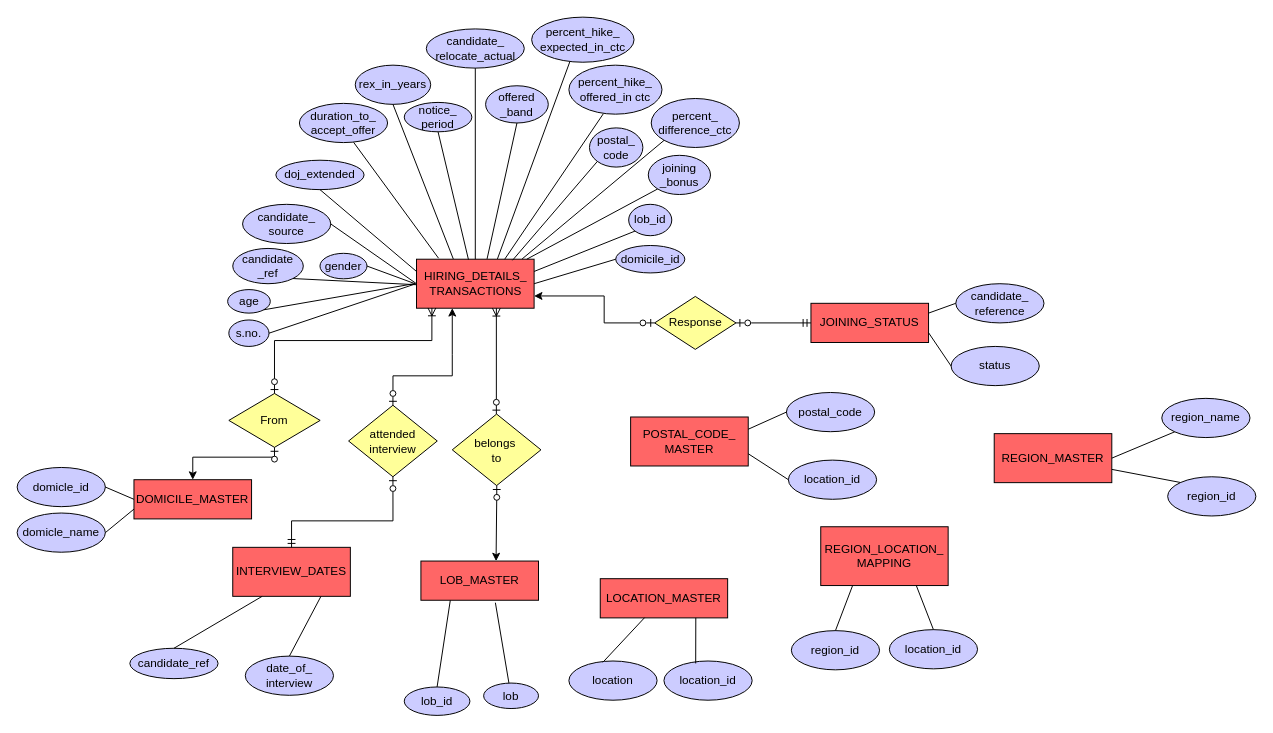
The draw.io diagram Untitled Diagram.drawio in gsrRogers/VatsDeloitte, before the edit. Source tidied: cells renumbered, new cells numbered last; positions are measured from the earlier drawing's top-left corner, leaving out a move shared by most shapes. Both pictures are drawn from the tidied source at 98%, with x=0, y=0 at pixel (17, 17).
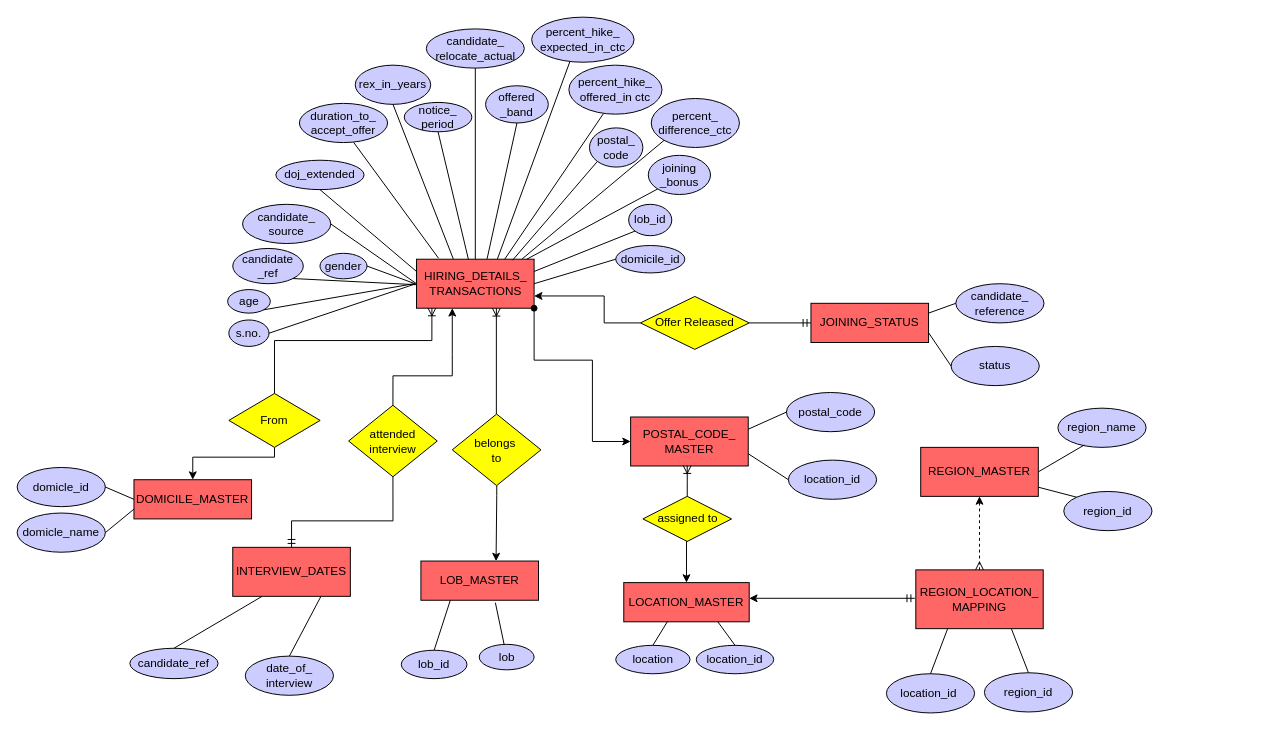
The same page after the edit.

The change refers to these unchanged cells:
```xml
<mxCell id="2" value="HIRING_DETAILS_&lt;br&gt;TRANSACTIONS" style="rounded=0;whiteSpace=wrap;html=1;fillColor=#FF6666;" parent="1" vertex="1">
  <mxGeometry x="407.5" y="247" width="120" height="50" as="geometry" />
</mxCell>
<mxCell id="3" value="INTERVIEW_DATES" style="rounded=0;whiteSpace=wrap;html=1;fillColor=#FF6666;" parent="1" vertex="1">
  <mxGeometry x="220" y="541" width="120" height="50" as="geometry" />
</mxCell>
<mxCell id="4" value="DOMICILE_MASTER" style="rounded=0;whiteSpace=wrap;html=1;fillColor=#FF6666;" parent="1" vertex="1">
  <mxGeometry x="119.2" y="472" width="120" height="40" as="geometry" />
</mxCell>
<mxCell id="5" value="JOINING_STATUS" style="rounded=0;whiteSpace=wrap;html=1;fillColor=#FF6666;" parent="1" vertex="1">
  <mxGeometry x="810" y="292" width="120" height="40" as="geometry" />
</mxCell>
<mxCell id="6" value="POSTAL_CODE_&lt;br&gt;MASTER" style="rounded=0;whiteSpace=wrap;html=1;fillColor=#FF6666;" parent="1" vertex="1">
  <mxGeometry x="626" y="408" width="120" height="50" as="geometry" />
</mxCell>
<mxCell id="10" value="LOB_MASTER" style="rounded=0;whiteSpace=wrap;html=1;fillColor=#FF6666;" parent="1" vertex="1">
  <mxGeometry x="412" y="555" width="120" height="40" as="geometry" />
</mxCell>
```

The edit, as a diff of the source:
```diff
@@
     <mxCell id="7" value="LOCATION_MASTER" style="rounded=0;whiteSpace=wrap;html=1;fillColor=#FF6666;" parent="1" vertex="1">
-      <mxGeometry x="595" y="573" width="130" height="40" as="geometry" />
+      <mxGeometry x="619" y="577" width="128" height="40" as="geometry" />
     </mxCell>
     <mxCell id="8" value="REGION_LOCATION_&lt;br&gt;MAPPING" style="rounded=0;whiteSpace=wrap;html=1;fillColor=#FF6666;" parent="1" vertex="1">
-      <mxGeometry x="820" y="520" width="130" height="60" as="geometry" />
+      <mxGeometry x="917" y="564" width="130" height="60" as="geometry" />
     </mxCell>
     <mxCell id="9" value="REGION_MASTER" style="rounded=0;whiteSpace=wrap;html=1;fillColor=#FF6666;" parent="1" vertex="1">
-      <mxGeometry x="997" y="425" width="120" height="50" as="geometry" />
+      <mxGeometry x="922" y="439" width="120" height="50" as="geometry" />
     </mxCell>
@@
     <mxCell id="31" value="lob_id" style="ellipse;whiteSpace=wrap;html=1;fillColor=#CCCCFF;" parent="1" vertex="1">
-      <mxGeometry x="395" y="683.5" width="67" height="29" as="geometry" />
+      <mxGeometry x="392" y="646" width="67" height="29" as="geometry" />
     </mxCell>
     <mxCell id="32" value="lob" style="ellipse;whiteSpace=wrap;html=1;fillColor=#CCCCFF;" parent="1" vertex="1">
-      <mxGeometry x="476" y="679.5" width="56" height="26" as="geometry" />
+      <mxGeometry x="471.5" y="640" width="56" height="26" as="geometry" />
     </mxCell>
@@
     <mxCell id="35" value="region_id" style="ellipse;whiteSpace=wrap;html=1;fillColor=#CCCCFF;" parent="1" vertex="1">
-      <mxGeometry x="1174" y="469" width="90" height="40" as="geometry" />
+      <mxGeometry x="1068" y="484" width="90" height="40" as="geometry" />
     </mxCell>
     <mxCell id="36" value="region_name" style="ellipse;whiteSpace=wrap;html=1;fillColor=#CCCCFF;" parent="1" vertex="1">
-      <mxGeometry x="1168" y="389" width="90" height="40" as="geometry" />
+      <mxGeometry x="1062" y="399" width="90" height="40" as="geometry" />
     </mxCell>
-    <mxCell id="37" value="region_id" style="ellipse;whiteSpace=wrap;html=1;fillColor=#CCCCFF;" parent="1" vertex="1">
-      <mxGeometry x="790" y="626" width="90" height="40" as="geometry" />
+    <mxCell id="37" value="location_id&amp;nbsp;" style="ellipse;whiteSpace=wrap;html=1;fillColor=#CCCCFF;" parent="1" vertex="1">
+      <mxGeometry x="887" y="670" width="90" height="40" as="geometry" />
     </mxCell>
-    <mxCell id="38" value="location_id" style="ellipse;whiteSpace=wrap;html=1;fillColor=#CCCCFF;" parent="1" vertex="1">
-      <mxGeometry x="890" y="625" width="90" height="40" as="geometry" />
+    <mxCell id="38" value="region_id" style="ellipse;whiteSpace=wrap;html=1;fillColor=#CCCCFF;" parent="1" vertex="1">
+      <mxGeometry x="987" y="669" width="90" height="40" as="geometry" />
     </mxCell>
     <mxCell id="39" value="location_id" style="ellipse;whiteSpace=wrap;html=1;fillColor=#CCCCFF;" parent="1" vertex="1">
-      <mxGeometry x="660" y="657" width="90" height="40" as="geometry" />
+      <mxGeometry x="693" y="641" width="79" height="29" as="geometry" />
     </mxCell>
     <mxCell id="40" value="location" style="ellipse;whiteSpace=wrap;html=1;fillColor=#CCCCFF;" parent="1" vertex="1">
-      <mxGeometry x="563" y="657" width="90" height="40" as="geometry" />
+      <mxGeometry x="610.8" y="641" width="75.8" height="29" as="geometry" />
     </mxCell>
@@
-    <mxCell id="52" style="endArrow=none;html=1;rounded=0;exitX=0;exitY=1;exitDx=0;exitDy=0;entryX=1;entryY=0.5;entryDx=0;entryDy=0;" parent="1" edge="1" source="36" target="9">
+    <mxCell id="52" style="endArrow=none;html=1;rounded=0;entryX=1;entryY=0.5;entryDx=0;entryDy=0;exitX=0.3;exitY=0.938;exitDx=0;exitDy=0;exitPerimeter=0;" parent="1" edge="1" source="36" target="9">
       <mxGeometry relative="1" as="geometry" />
     </mxCell>
@@
-    <mxCell id="55" style="endArrow=none;html=1;rounded=0;exitX=0.75;exitY=1;exitDx=0;exitDy=0;entryX=0.36;entryY=0.061;entryDx=0;entryDy=0;entryPerimeter=0;" parent="1" edge="1" source="7" target="39">
+    <mxCell id="55" style="endArrow=none;html=1;rounded=0;exitX=0.75;exitY=1;exitDx=0;exitDy=0;entryX=0.5;entryY=0;entryDx=0;entryDy=0;" parent="1" edge="1" source="7" target="39">
       <mxGeometry relative="1" as="geometry" />
     </mxCell>
-    <mxCell id="56" style="endArrow=none;html=1;rounded=0;entryX=0.385;entryY=0.033;entryDx=0;entryDy=0;entryPerimeter=0;exitX=0.348;exitY=0.994;exitDx=0;exitDy=0;exitPerimeter=0;" parent="1" edge="1" source="7" target="40">
+    <mxCell id="56" style="endArrow=none;html=1;rounded=0;entryX=0.5;entryY=0;entryDx=0;entryDy=0;exitX=0.348;exitY=0.994;exitDx=0;exitDy=0;exitPerimeter=0;" parent="1" edge="1" source="7" target="40">
       <mxGeometry relative="1" as="geometry" />
     </mxCell>
@@
-    <mxCell id="79" value="attended interview" style="rhombus;whiteSpace=wrap;html=1;fillColor=#FFFF99;" parent="1" vertex="1">
+    <mxCell id="79" value="attended interview" style="rhombus;whiteSpace=wrap;html=1;fillColor=#FFFF00;" parent="1" vertex="1">
       <mxGeometry x="338.2" y="396" width="90.5" height="73" as="geometry" />
     </mxCell>
-    <mxCell id="80" value="From" style="rhombus;whiteSpace=wrap;html=1;fillColor=#FFFF99;" parent="1" vertex="1">
+    <mxCell id="80" value="From" style="rhombus;whiteSpace=wrap;html=1;fillColor=#FFFF00;" parent="1" vertex="1">
       <mxGeometry x="216" y="384" width="93.2" height="55" as="geometry" />
     </mxCell>
-    <mxCell id="81" value="belongs&amp;nbsp;&lt;br&gt;to" style="rhombus;whiteSpace=wrap;html=1;fillColor=#FFFF99;" parent="1" vertex="1">
+    <mxCell id="81" value="belongs&amp;nbsp;&lt;br&gt;to" style="rhombus;whiteSpace=wrap;html=1;fillColor=#FFFF00;" parent="1" vertex="1">
       <mxGeometry x="444" y="405" width="90.5" height="73" as="geometry" />
     </mxCell>
-    <mxCell id="82" value="Response" style="rhombus;whiteSpace=wrap;html=1;fillColor=#FFFF99;" parent="1" vertex="1">
-      <mxGeometry x="650.5" y="285" width="83" height="54" as="geometry" />
+    <mxCell id="82" value="Offer Released" style="rhombus;whiteSpace=wrap;html=1;fillColor=#FFFF00;" parent="1" vertex="1">
+      <mxGeometry x="636" y="285" width="111" height="54" as="geometry" />
     </mxCell>
-    <mxCell id="83" style="edgeStyle=orthogonalEdgeStyle;fontSize=12;html=1;endArrow=ERoneToMany;startArrow=ERzeroToOne;rounded=0;jumpStyle=none;entryX=0.131;entryY=0.995;entryDx=0;entryDy=0;entryPerimeter=0;exitX=0.5;exitY=0;exitDx=0;exitDy=0;" parent="1" edge="1" source="80" target="2">
+    <mxCell id="83" style="edgeStyle=orthogonalEdgeStyle;fontSize=12;html=1;endArrow=ERoneToMany;startArrow=none;rounded=0;jumpStyle=none;entryX=0.131;entryY=0.995;entryDx=0;entryDy=0;entryPerimeter=0;exitX=0.5;exitY=0;exitDx=0;exitDy=0;startFill=0;" parent="1" edge="1" source="80" target="2">
       <mxGeometry relative="1" as="geometry">
         <Array as="points">
           <mxPoint x="263" y="330" />
           <mxPoint x="423" y="330" />
         </Array>
       </mxGeometry>
     </mxCell>
-    <mxCell id="84" style="edgeStyle=orthogonalEdgeStyle;fontSize=12;html=1;endArrow=classic;startArrow=ERzeroToOne;rounded=0;jumpStyle=none;entryX=0.5;entryY=0;entryDx=0;entryDy=0;exitX=0.5;exitY=1;exitDx=0;exitDy=0;endFill=1;" parent="1" edge="1" source="80" target="4">
+    <mxCell id="84" style="edgeStyle=orthogonalEdgeStyle;fontSize=12;html=1;endArrow=classic;startArrow=none;rounded=0;jumpStyle=none;entryX=0.5;entryY=0;entryDx=0;entryDy=0;exitX=0.5;exitY=1;exitDx=0;exitDy=0;endFill=1;startFill=0;" parent="1" edge="1" source="80" target="4">
       <mxGeometry relative="1" as="geometry">
         <Array as="points">
           <mxPoint x="263" y="449" />
           <mxPoint x="179" y="449" />
         </Array>
       </mxGeometry>
     </mxCell>
-    <mxCell id="85" style="edgeStyle=orthogonalEdgeStyle;fontSize=12;html=1;endArrow=ERoneToMany;startArrow=ERzeroToOne;rounded=0;jumpStyle=none;exitX=0.5;exitY=0;exitDx=0;exitDy=0;" parent="1" edge="1" source="81">
+    <mxCell id="85" style="edgeStyle=orthogonalEdgeStyle;fontSize=12;html=1;endArrow=ERoneToMany;startArrow=none;rounded=0;jumpStyle=none;exitX=0.5;exitY=0;exitDx=0;exitDy=0;startFill=0;" parent="1" edge="1" source="81">
       <mxGeometry relative="1" as="geometry">
         <mxPoint x="489" y="297" as="targetPoint" />
         <Array as="points">
           <mxPoint x="489" y="297" />
         </Array>
       </mxGeometry>
     </mxCell>
-    <mxCell id="86" style="edgeStyle=orthogonalEdgeStyle;fontSize=12;html=1;endArrow=classic;startArrow=ERzeroToOne;rounded=0;jumpStyle=none;exitX=0.5;exitY=1;exitDx=0;exitDy=0;endFill=1;entryX=0.639;entryY=0.002;entryDx=0;entryDy=0;entryPerimeter=0;" parent="1" edge="1" target="10">
+    <mxCell id="86" style="edgeStyle=orthogonalEdgeStyle;fontSize=12;html=1;endArrow=classic;startArrow=none;rounded=0;jumpStyle=none;exitX=0.5;exitY=1;exitDx=0;exitDy=0;endFill=1;entryX=0.639;entryY=0.002;entryDx=0;entryDy=0;entryPerimeter=0;startFill=0;" parent="1" edge="1" target="10">
       <mxGeometry relative="1" as="geometry">
         <mxPoint x="489.4" y="478" as="sourcePoint" />
         <Array as="points">
           <mxPoint x="489" y="488" />
           <mxPoint x="489" y="488" />
         </Array>
       </mxGeometry>
     </mxCell>
-    <mxCell id="87" style="edgeStyle=orthogonalEdgeStyle;fontSize=12;html=1;endArrow=ERzeroToOne;startArrow=ERmandOne;rounded=0;jumpStyle=none;exitX=0.5;exitY=0;exitDx=0;exitDy=0;endFill=0;entryX=0.5;entryY=1;entryDx=0;entryDy=0;" parent="1" edge="1" source="3" target="79">
+    <mxCell id="87" style="edgeStyle=orthogonalEdgeStyle;fontSize=12;html=1;endArrow=none;startArrow=ERmandOne;rounded=0;jumpStyle=none;exitX=0.5;exitY=0;exitDx=0;exitDy=0;endFill=0;entryX=0.5;entryY=1;entryDx=0;entryDy=0;" parent="1" edge="1" source="3" target="79">
       <mxGeometry relative="1" as="geometry">
         <Array as="points">
           <mxPoint x="280" y="514" />
           <mxPoint x="384" y="514" />
         </Array>
       </mxGeometry>
     </mxCell>
-    <mxCell id="88" style="edgeStyle=orthogonalEdgeStyle;fontSize=12;html=1;endArrow=ERzeroToOne;startArrow=classic;rounded=0;jumpStyle=none;entryX=0.5;entryY=0;entryDx=0;entryDy=0;endFill=0;startFill=1;" parent="1" edge="1" target="79">
+    <mxCell id="88" style="edgeStyle=orthogonalEdgeStyle;fontSize=12;html=1;endArrow=none;startArrow=classic;rounded=0;jumpStyle=none;entryX=0.5;entryY=0;entryDx=0;entryDy=0;endFill=0;startFill=1;" parent="1" edge="1" target="79">
       <mxGeometry relative="1" as="geometry">
         <mxPoint x="444" y="297" as="sourcePoint" />
         <Array as="points">
           <mxPoint x="444" y="344" />
           <mxPoint x="444" y="366" />
           <mxPoint x="383" y="366" />
         </Array>
       </mxGeometry>
     </mxCell>
-    <mxCell id="89" style="edgeStyle=orthogonalEdgeStyle;fontSize=12;html=1;endArrow=ERzeroToOne;startArrow=ERmandOne;rounded=0;jumpStyle=none;endFill=0;entryX=1;entryY=0.5;entryDx=0;entryDy=0;exitX=0;exitY=0.5;exitDx=0;exitDy=0;" parent="1" edge="1" source="5" target="82">
+    <mxCell id="89" style="edgeStyle=orthogonalEdgeStyle;fontSize=12;html=1;endArrow=none;startArrow=ERmandOne;rounded=0;jumpStyle=none;endFill=0;entryX=1;entryY=0.5;entryDx=0;entryDy=0;exitX=0;exitY=0.5;exitDx=0;exitDy=0;" parent="1" edge="1" source="5" target="82">
       <mxGeometry relative="1" as="geometry" />
     </mxCell>
-    <mxCell id="90" style="edgeStyle=orthogonalEdgeStyle;fontSize=12;html=1;endArrow=ERzeroToOne;startArrow=classic;rounded=0;jumpStyle=none;entryX=0;entryY=0.5;entryDx=0;entryDy=0;endFill=0;startFill=1;exitX=1;exitY=0.75;exitDx=0;exitDy=0;" parent="1" edge="1" source="2" target="82">
+    <mxCell id="90" style="edgeStyle=orthogonalEdgeStyle;fontSize=12;html=1;endArrow=none;startArrow=classic;rounded=0;jumpStyle=none;entryX=0;entryY=0.5;entryDx=0;entryDy=0;endFill=0;startFill=1;exitX=1;exitY=0.75;exitDx=0;exitDy=0;" parent="1" edge="1" source="2" target="82">
       <mxGeometry relative="1" as="geometry">
         <Array as="points">
           <mxPoint x="599" y="285" />
           <mxPoint x="599" y="312" />
         </Array>
       </mxGeometry>
     </mxCell>
+    <mxCell id="91" style="edgeStyle=orthogonalEdgeStyle;fontSize=12;html=1;endArrow=classic;endFill=1;rounded=0;jumpStyle=none;startArrow=oval;startFill=1;exitX=1;exitY=1;exitDx=0;exitDy=0;entryX=0;entryY=0.5;entryDx=0;entryDy=0;" parent="1" edge="1" source="2" target="6">
+      <mxGeometry relative="1" as="geometry">
+        <Array as="points">
+          <mxPoint x="528" y="350" />
+          <mxPoint x="587" y="350" />
+          <mxPoint x="587" y="433" />
+        </Array>
+      </mxGeometry>
+    </mxCell>
+    <mxCell id="92" value="assigned to" style="rhombus;whiteSpace=wrap;html=1;fillColor=#FFFF00;" parent="1" vertex="1">
+      <mxGeometry x="638.5" y="489" width="90.5" height="46" as="geometry" />
+    </mxCell>
+    <mxCell id="93" style="edgeStyle=orthogonalEdgeStyle;fontSize=12;html=1;endArrow=ERoneToMany;startArrow=none;rounded=0;jumpStyle=none;exitX=0.5;exitY=0;exitDx=0;exitDy=0;startFill=0;entryX=0.481;entryY=0.992;entryDx=0;entryDy=0;entryPerimeter=0;" parent="1" edge="1" source="92" target="6">
+      <mxGeometry relative="1" as="geometry" />
+    </mxCell>
+    <mxCell id="94" style="edgeStyle=orthogonalEdgeStyle;fontSize=12;html=1;endArrow=classic;startArrow=none;rounded=0;jumpStyle=none;endFill=1;startFill=0;entryX=0.5;entryY=0;entryDx=0;entryDy=0;" parent="1" edge="1" target="7">
+      <mxGeometry relative="1" as="geometry">
+        <mxPoint x="684" y="535" as="sourcePoint" />
+        <Array as="points">
+          <mxPoint x="683" y="535" />
+          <mxPoint x="683" y="573" />
+        </Array>
+      </mxGeometry>
+    </mxCell>
+    <mxCell id="95" style="edgeStyle=orthogonalEdgeStyle;fontSize=12;html=1;endArrow=classic;startArrow=ERmandOne;rounded=0;jumpStyle=none;endFill=1;startFill=0;" parent="1" edge="1">
+      <mxGeometry relative="1" as="geometry">
+        <mxPoint x="916" y="593" as="sourcePoint" />
+        <mxPoint x="747" y="593" as="targetPoint" />
+        <Array as="points">
+          <mxPoint x="916" y="593" />
+        </Array>
+      </mxGeometry>
+    </mxCell>
+    <mxCell id="96" style="edgeStyle=orthogonalEdgeStyle;fontSize=12;html=1;endArrow=ERmany;startArrow=classic;rounded=0;jumpStyle=none;endFill=0;startFill=1;exitX=0.5;exitY=1;exitDx=0;exitDy=0;entryX=0.5;entryY=0;entryDx=0;entryDy=0;dashed=1;" parent="1" edge="1" source="9" target="8">
+      <mxGeometry relative="1" as="geometry" />
+    </mxCell>
```
